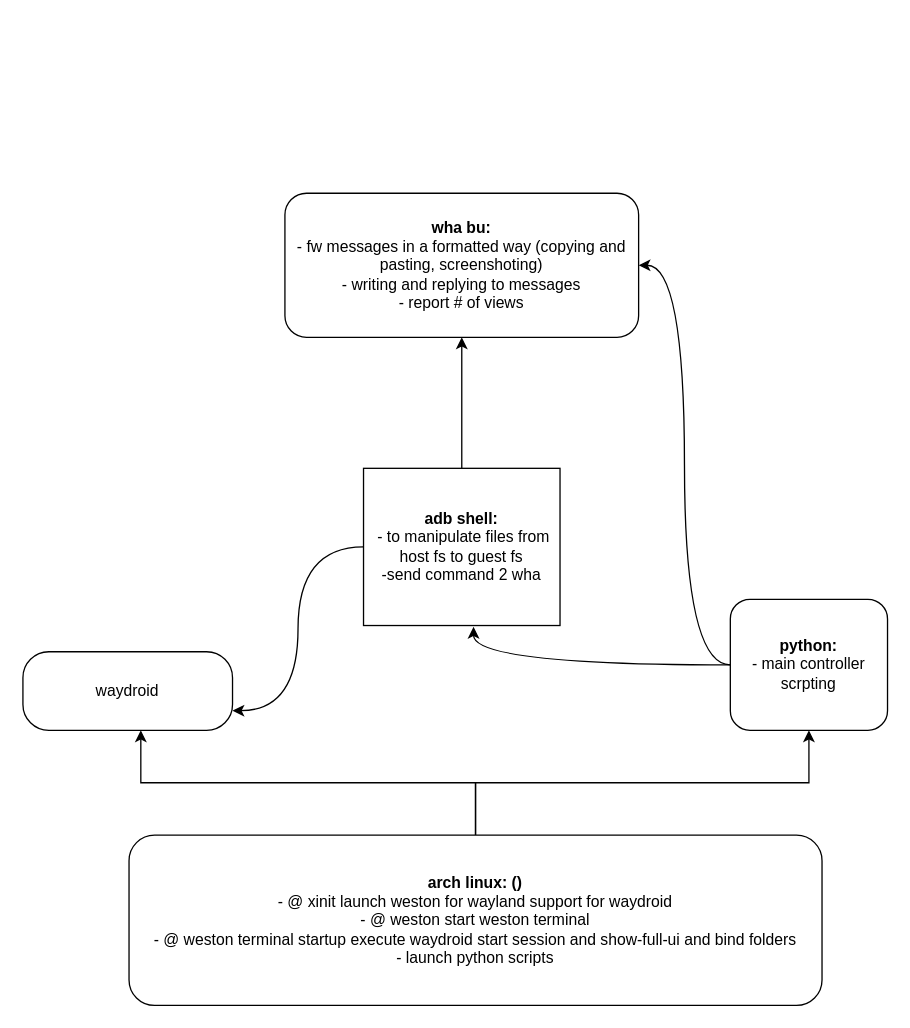
Before: page "lvl 0" (1 of 2) of diagrams.drawio in skillz4real/laughing-guide, a draw.io diagram. Source tidied: cells renumbered, new cells numbered last; positions are measured from the earlier drawing's top-left corner, leaving out a move shared by most shapes. Both pictures are drawn from the tidied source at 131%, with x=0, y=0 at pixel (22, 193).
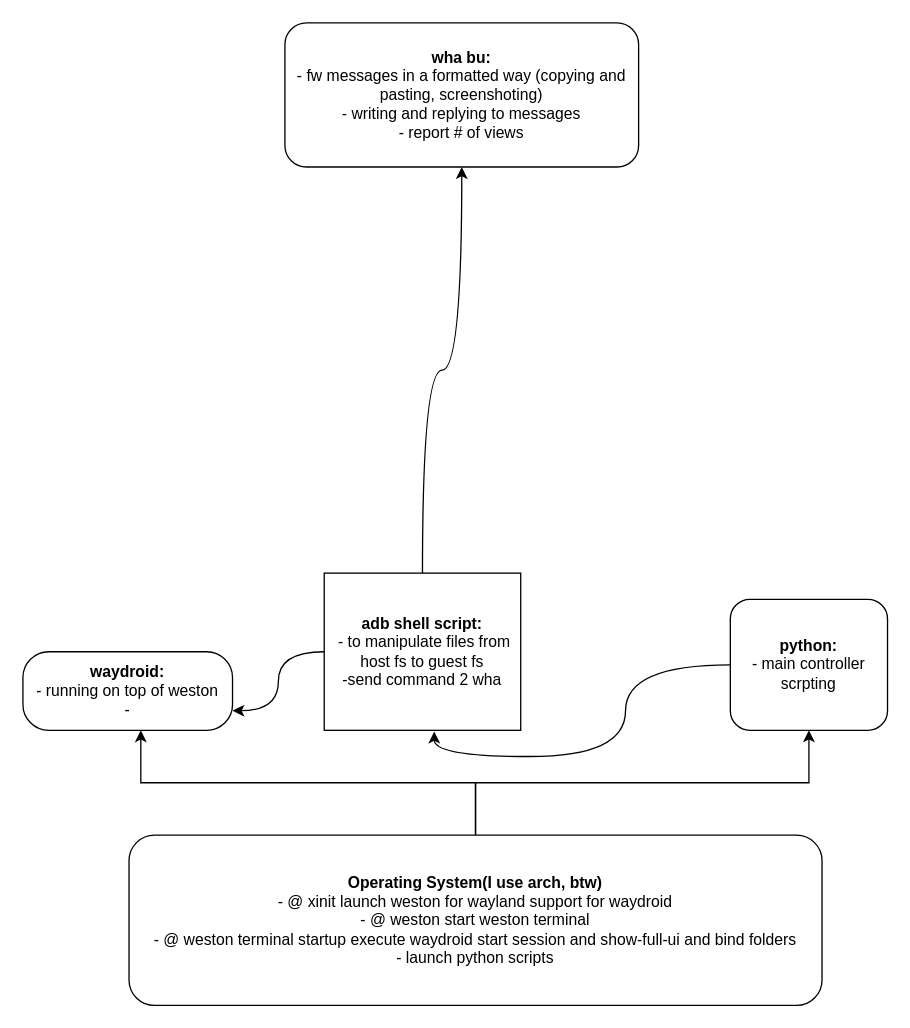
Above is the later version.

Change to the diagram source:
```diff
@@
 <mxGraphModel>
   <root>
     <mxCell id="0" />
     <mxCell id="1" parent="0" />
     <mxCell id="2" style="edgeStyle=orthogonalEdgeStyle;rounded=0;jettySize=auto;html=1;exitX=0.5;exitY=0;exitDx=0;exitDy=0;" parent="1" edge="1" source="4" target="5">
       <mxGeometry relative="1" as="geometry">
         <Array as="points">
           <mxPoint x="345" y="490" />
           <mxPoint x="345" y="450" />
           <mxPoint x="90" y="450" />
         </Array>
       </mxGeometry>
     </mxCell>
     <mxCell id="3" style="edgeStyle=orthogonalEdgeStyle;rounded=0;jettySize=auto;html=1;" parent="1" edge="1" source="4" target="9">
       <mxGeometry relative="1" as="geometry" />
     </mxCell>
-    <mxCell id="4" value="&lt;b&gt;arch linux: ()&lt;br&gt;&lt;/b&gt;- @ xinit launch weston for wayland support for waydroid&lt;br&gt;- @ weston start weston terminal&lt;br&gt;- @ weston terminal startup execute waydroid start session and show-full-ui and bind folders&lt;br&gt;- launch python scripts" style="rounded=1;whiteSpace=wrap;html=1;" parent="1" vertex="1">
+    <mxCell id="4" value="&lt;b&gt;Operating System(I use arch, btw)&lt;br&gt;&lt;/b&gt;- @ xinit launch weston for wayland support for waydroid&lt;br&gt;- @ weston start weston terminal&lt;br&gt;- @ weston terminal startup execute waydroid start session and show-full-ui and bind folders&lt;br&gt;- launch python scripts" style="rounded=1;whiteSpace=wrap;html=1;" parent="1" vertex="1">
       <mxGeometry x="81" y="490" width="529" height="130" as="geometry" />
     </mxCell>
-    <mxCell id="5" value="waydroid" style="rounded=1;whiteSpace=wrap;html=1;arcSize=33;" parent="1" vertex="1">
+    <mxCell id="5" value="&lt;div&gt;&lt;b&gt;waydroid:&lt;/b&gt;&lt;/div&gt;&lt;div&gt;- running on top of weston&lt;/div&gt;&lt;div&gt;- &lt;br&gt;&lt;/div&gt;" style="rounded=1;whiteSpace=wrap;html=1;arcSize=33;" parent="1" vertex="1">
       <mxGeometry y="350" width="160" height="60" as="geometry" />
     </mxCell>
     <mxCell id="6" value="&lt;b&gt;wha bu: &lt;/b&gt;&lt;br&gt;- fw messages in a formatted way (copying and pasting, screenshoting)&lt;br&gt;- writing and replying to messages&lt;br&gt;- report # of views" style="rounded=1;whiteSpace=wrap;html=1;" parent="1" vertex="1">
-      <mxGeometry x="200" width="270" height="110" as="geometry" />
+      <mxGeometry x="200" y="-130" width="270" height="110" as="geometry" />
     </mxCell>
     <mxCell id="7" style="edgeStyle=orthogonalEdgeStyle;curved=1;jettySize=auto;html=1;entryX=0.56;entryY=1.008;entryDx=0;entryDy=0;entryPerimeter=0;" parent="1" edge="1" source="9" target="12">
       <mxGeometry relative="1" as="geometry" />
     </mxCell>
-    <mxCell id="8" style="edgeStyle=orthogonalEdgeStyle;curved=1;jettySize=auto;html=1;entryX=1;entryY=0.5;entryDx=0;entryDy=0;" parent="1" edge="1" source="9" target="6">
-      <mxGeometry relative="1" as="geometry" />
-    </mxCell>
     <mxCell id="9" value="&lt;b&gt;python:&lt;/b&gt;&lt;br&gt;- main controller scrpting" style="rounded=1;whiteSpace=wrap;html=1;" parent="1" vertex="1">
       <mxGeometry x="540" y="310" width="120" height="100" as="geometry" />
     </mxCell>
     <mxCell id="10" style="edgeStyle=orthogonalEdgeStyle;curved=1;jettySize=auto;html=1;entryX=0.5;entryY=1;entryDx=0;entryDy=0;" parent="1" edge="1" source="12" target="6">
       <mxGeometry relative="1" as="geometry" />
     </mxCell>
     <mxCell id="11" style="edgeStyle=orthogonalEdgeStyle;curved=1;jettySize=auto;html=1;entryX=1;entryY=0.75;entryDx=0;entryDy=0;" parent="1" edge="1" source="12" target="5">
       <mxGeometry relative="1" as="geometry" />
     </mxCell>
-    <mxCell id="12" value="&lt;b&gt;adb shell:&lt;/b&gt;&lt;br&gt;&amp;nbsp;- to manipulate files from host fs to guest fs&lt;br&gt;-send command 2 wha" style="rounded=1;whiteSpace=wrap;html=1;arcSize=0;" parent="1" vertex="1">
-      <mxGeometry x="260" y="210" width="150" height="120" as="geometry" />
+    <mxCell id="12" value="&lt;b&gt;adb shell script:&lt;/b&gt;&lt;br&gt;&amp;nbsp;- to manipulate files from host fs to guest fs&lt;br&gt;-send command 2 wha" style="rounded=1;whiteSpace=wrap;html=1;arcSize=0;" parent="1" vertex="1">
+      <mxGeometry x="230" y="290" width="150" height="120" as="geometry" />
     </mxCell>
   </root>
 </mxGraphModel>
```
